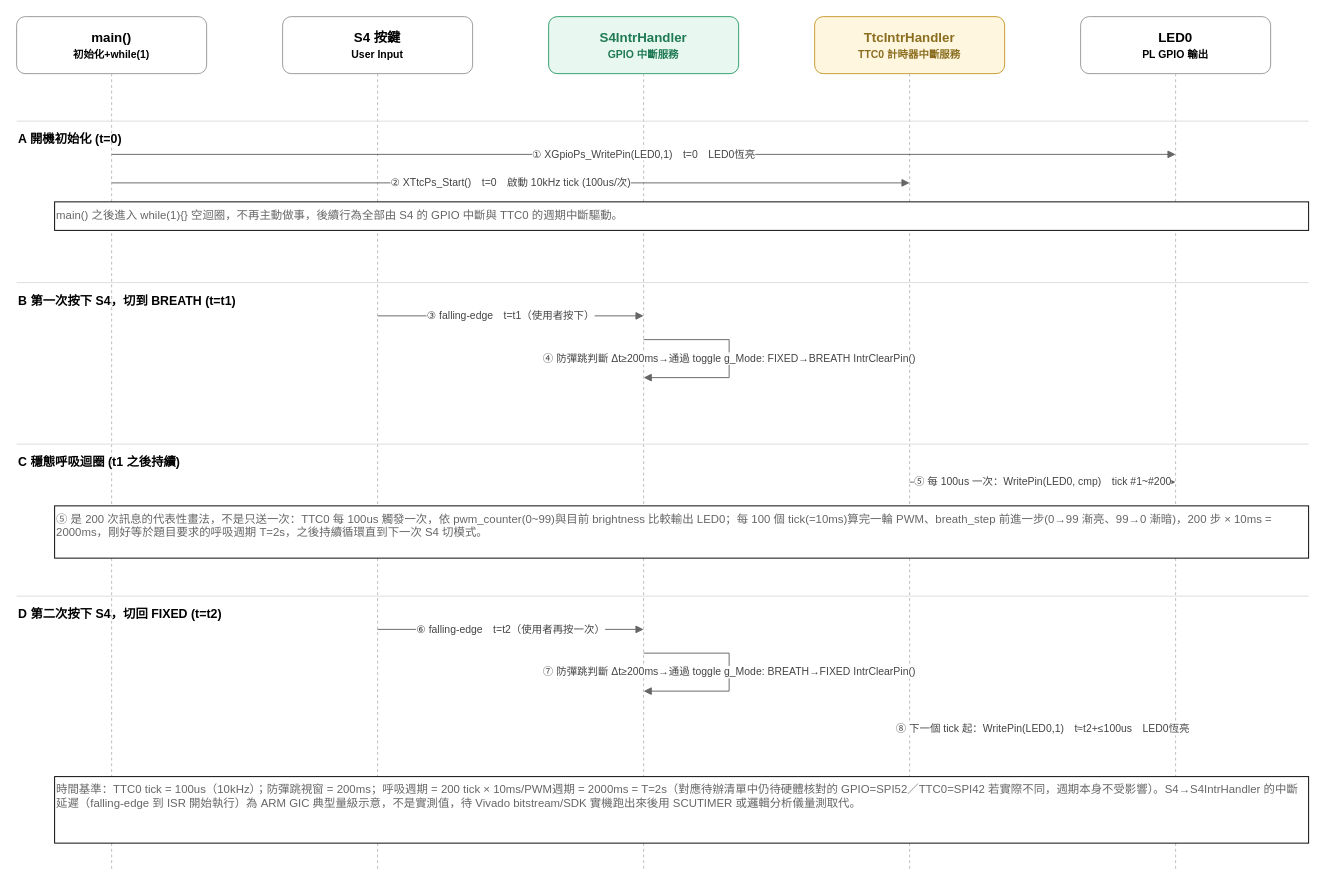
The draw.io diagram HW2/Upload/msc_timespec.drawio in shj-F115112128/SOC_Practice, before the edit. Source tidied: cells renumbered, new cells numbered last; positions are measured from the earlier drawing's top-left corner, leaving out a move shared by most shapes. Both pictures are drawn from the tidied source at 95%, with x=0, y=0 at pixel (16, 16).
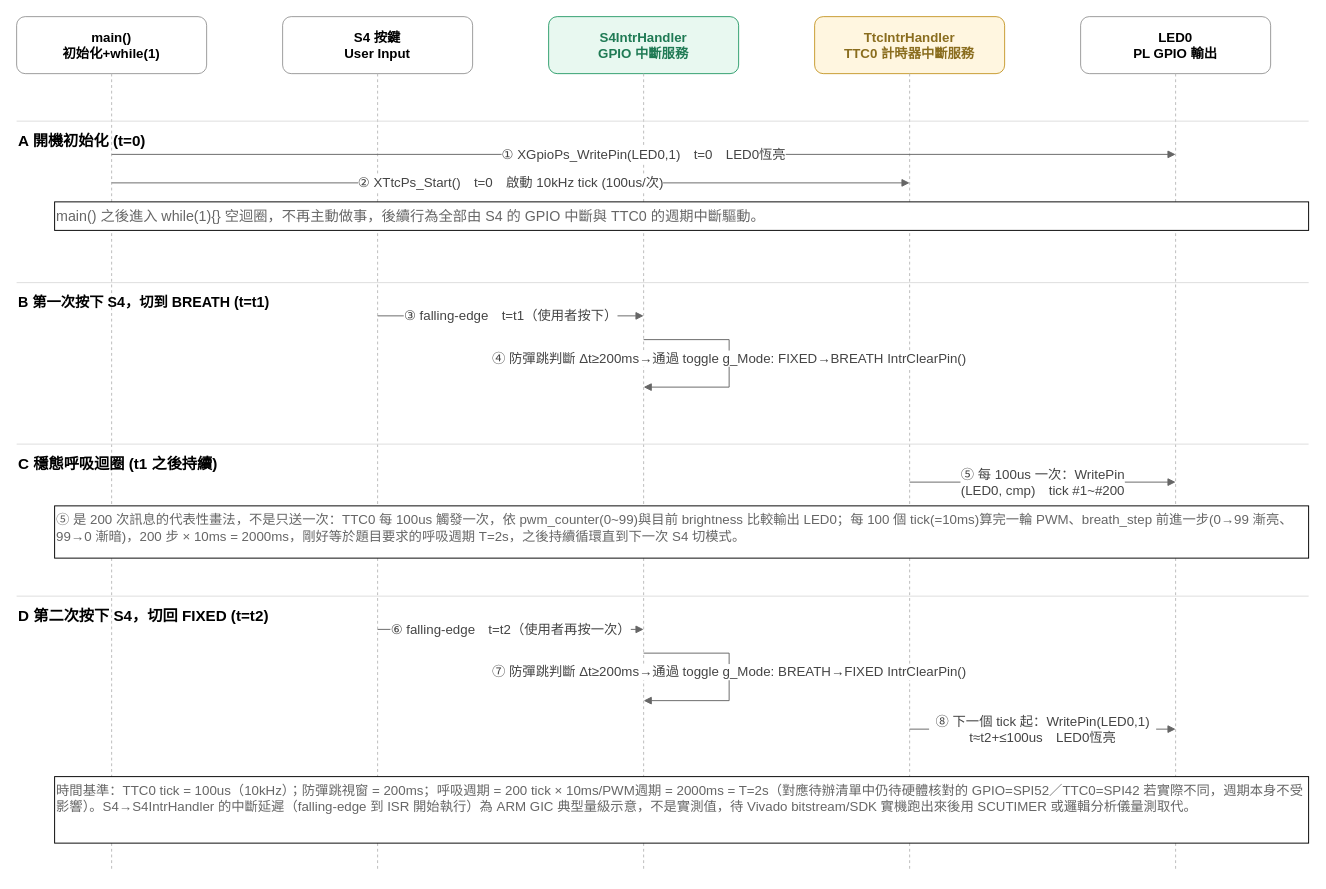
After the change.

Commit message (it also covers changes not shown here):
Sync HW2 MSC(timespec) PNG after manual draw.io edit

No content change, just the editor's own re-serialization plus a
refreshed PNG export to match.

The edit, as a diff of the source:
```diff
@@
-    <mxCell id="2" value="main()&#10;&lt;font style=&quot;font-size:11px&quot;&gt;初始化+while(1)&lt;/font&gt;" style="rounded=1;whiteSpace=wrap;html=1;fillColor=#FFFFFF;strokeColor=#999999;fontSize=14;fontStyle=1;" parent="1" vertex="1">
+    <mxCell id="2" value="&lt;font&gt;main()&lt;br&gt;&lt;font style=&quot;&quot;&gt;初始化+while(1)&lt;/font&gt;&lt;/font&gt;" style="rounded=1;whiteSpace=wrap;html=1;fillColor=#FFFFFF;strokeColor=#999999;fontSize=14;fontStyle=1;" parent="1" vertex="1">
       <mxGeometry width="200" height="60" as="geometry" />
     </mxCell>
@@
-    <mxCell id="4" value="S4 按鍵&#10;&lt;font style=&quot;font-size:11px&quot;&gt;User Input&lt;/font&gt;" style="rounded=1;whiteSpace=wrap;html=1;fillColor=#FFFFFF;strokeColor=#999999;fontSize=14;fontStyle=1;" parent="1" vertex="1">
+    <mxCell id="4" value="&lt;font&gt;S4 按鍵&lt;br&gt;&lt;font style=&quot;&quot;&gt;User Input&lt;/font&gt;&lt;/font&gt;" style="rounded=1;whiteSpace=wrap;html=1;fillColor=#FFFFFF;strokeColor=#999999;fontSize=14;fontStyle=1;" parent="1" vertex="1">
       <mxGeometry x="280" width="200" height="60" as="geometry" />
     </mxCell>
@@
-    <mxCell id="6" value="S4IntrHandler&#10;&lt;font style=&quot;font-size:11px&quot;&gt;GPIO 中斷服務&lt;/font&gt;" style="rounded=1;whiteSpace=wrap;html=1;fillColor=#E8F8F0;strokeColor=#2E9E6C;fontSize=14;fontStyle=1;fontColor=#1F7A54;" parent="1" vertex="1">
+    <mxCell id="6" value="&lt;font&gt;S4IntrHandler&lt;br&gt;&lt;font style=&quot;&quot;&gt;GPIO 中斷服務&lt;/font&gt;&lt;/font&gt;" style="rounded=1;whiteSpace=wrap;html=1;fillColor=#E8F8F0;strokeColor=#2E9E6C;fontSize=14;fontStyle=1;fontColor=#1F7A54;" parent="1" vertex="1">
       <mxGeometry x="560" width="200" height="60" as="geometry" />
     </mxCell>
@@
-    <mxCell id="8" value="TtcIntrHandler&#10;&lt;font style=&quot;font-size:11px&quot;&gt;TTC0 計時器中斷服務&lt;/font&gt;" style="rounded=1;whiteSpace=wrap;html=1;fillColor=#FFF6E0;strokeColor=#C79A2E;fontSize=14;fontStyle=1;fontColor=#8A6D1E;" parent="1" vertex="1">
+    <mxCell id="8" value="&lt;font&gt;TtcIntrHandler&lt;br&gt;&lt;font style=&quot;&quot;&gt;TTC0 計時器中斷服務&lt;/font&gt;&lt;/font&gt;" style="rounded=1;whiteSpace=wrap;html=1;fillColor=#FFF6E0;strokeColor=#C79A2E;fontSize=14;fontStyle=1;fontColor=#8A6D1E;" parent="1" vertex="1">
       <mxGeometry x="840" width="200" height="60" as="geometry" />
     </mxCell>
@@
-    <mxCell id="10" value="LED0&#10;&lt;font style=&quot;font-size:11px&quot;&gt;PL GPIO 輸出&lt;/font&gt;" style="rounded=1;whiteSpace=wrap;html=1;fillColor=#FFFFFF;strokeColor=#999999;fontSize=14;fontStyle=1;" parent="1" vertex="1">
+    <mxCell id="10" value="&lt;font&gt;LED0&lt;br&gt;&lt;font style=&quot;&quot;&gt;PL GPIO 輸出&lt;/font&gt;&lt;/font&gt;" style="rounded=1;whiteSpace=wrap;html=1;fillColor=#FFFFFF;strokeColor=#999999;fontSize=14;fontStyle=1;" parent="1" vertex="1">
       <mxGeometry x="1120" width="200" height="60" as="geometry" />
     </mxCell>
@@
-    <mxCell id="13" value="A 開機初始化 (t=0)" style="text;html=1;fontStyle=1;fontSize=13;align=left;" parent="1" vertex="1">
+    <mxCell id="13" value="&lt;font style=&quot;font-size: 16px;&quot;&gt;A 開機初始化 (t=0)&lt;/font&gt;" style="text;html=1;fontStyle=1;fontSize=13;align=left;" parent="1" vertex="1">
       <mxGeometry y="115" width="320" height="40" as="geometry" />
     </mxCell>
-    <mxCell id="14" value="① XGpioPs_WritePin(LED0,1)　t=0　LED0恆亮" style="html=1;endArrow=block;strokeColor=#666666;fontSize=11;fontColor=#444444;labelBackgroundColor=#ffffff;" parent="1" edge="1">
+    <mxCell id="14" value="&lt;font style=&quot;font-size: 14px;&quot;&gt;① XGpioPs_WritePin(LED0,1)　t=0　LED0恆亮&lt;/font&gt;" style="html=1;endArrow=block;strokeColor=#666666;fontSize=11;fontColor=#444444;labelBackgroundColor=#ffffff;" parent="1" edge="1">
       <mxGeometry relative="1" as="geometry">
         <mxPoint x="100" y="145" as="sourcePoint" />
         <mxPoint x="1220" y="145" as="targetPoint" />
       </mxGeometry>
     </mxCell>
-    <mxCell id="15" value="② XTtcPs_Start()　t=0　啟動 10kHz tick (100us/次)" style="html=1;endArrow=block;strokeColor=#666666;fontSize=11;fontColor=#444444;labelBackgroundColor=#ffffff;" parent="1" edge="1">
+    <mxCell id="15" value="&lt;font style=&quot;font-size: 14px;&quot;&gt;② XTtcPs_Start()　t=0　啟動 10kHz tick (100us/次)&lt;/font&gt;" style="html=1;endArrow=block;strokeColor=#666666;fontSize=11;fontColor=#444444;labelBackgroundColor=#ffffff;" parent="1" edge="1">
       <mxGeometry relative="1" as="geometry">
         <mxPoint x="100" y="175" as="sourcePoint" />
         <mxPoint x="940" y="175" as="targetPoint" />
       </mxGeometry>
     </mxCell>
-    <mxCell id="16" value="main() 之後進入 while(1){} 空迴圈，不再主動做事，後續行為全部由 S4 的 GPIO 中斷與 TTC0 的週期中斷驅動。" style="whiteSpace=wrap;html=1;align=left;verticalAlign=top;fontSize=12;fontColor=#666666;" parent="1" vertex="1">
+    <mxCell id="16" value="&lt;font style=&quot;font-size: 15px;&quot;&gt;main() 之後進入 while(1){} 空迴圈，不再主動做事，後續行為全部由 S4 的 GPIO 中斷與 TTC0 的週期中斷驅動。&lt;/font&gt;" style="whiteSpace=wrap;html=1;align=left;verticalAlign=top;fontSize=12;fontColor=#666666;" parent="1" vertex="1">
       <mxGeometry x="40" y="195" width="1320" height="30" as="geometry" />
     </mxCell>
@@
-    <mxCell id="18" value="B 第一次按下 S4，切到 BREATH (t=t1)" style="text;html=1;fontStyle=1;fontSize=13;align=left;" parent="1" vertex="1">
+    <mxCell id="18" value="&lt;font style=&quot;font-size: 15px;&quot;&gt;B 第一次按下 S4，切到 BREATH (t=t1)&lt;/font&gt;" style="text;html=1;fontStyle=1;fontSize=13;align=left;" parent="1" vertex="1">
       <mxGeometry y="285" width="320" height="40" as="geometry" />
     </mxCell>
-    <mxCell id="19" value="③ falling-edge　t=t1（使用者按下）" style="html=1;endArrow=block;strokeColor=#666666;fontSize=11;fontColor=#444444;labelBackgroundColor=#ffffff;" parent="1" edge="1">
+    <mxCell id="19" value="&lt;font style=&quot;font-size: 14px;&quot;&gt;③ falling-edge　t=t1（使用者按下）&lt;/font&gt;" style="html=1;endArrow=block;strokeColor=#666666;fontSize=11;fontColor=#444444;labelBackgroundColor=#ffffff;" parent="1" edge="1">
       <mxGeometry relative="1" as="geometry">
         <mxPoint x="380" y="315" as="sourcePoint" />
         <mxPoint x="660" y="315" as="targetPoint" />
       </mxGeometry>
     </mxCell>
-    <mxCell id="20" value="④ 防彈跳判斷 Δt≥200ms→通過 toggle g_Mode: FIXED→BREATH IntrClearPin()" style="html=1;endArrow=block;strokeColor=#666666;fontSize=11;fontColor=#444444;labelBackgroundColor=#ffffff;rounded=0;curved=0;" parent="1" edge="1">
-      <mxGeometry relative="1" as="geometry">
+    <mxCell id="20" value="&lt;font style=&quot;font-size: 14px;&quot;&gt;④ 防彈跳判斷 Δt≥200ms→通過 toggle g_Mode: FIXED→BREATH IntrClearPin()&lt;/font&gt;" style="html=1;endArrow=block;strokeColor=#666666;fontSize=11;fontColor=#444444;labelBackgroundColor=#ffffff;rounded=0;curved=0;" parent="1" edge="1">
+      <mxGeometry x="-0.04" relative="1" as="geometry">
         <mxPoint x="660" y="340" as="sourcePoint" />
-        <mxPoint x="660" y="380" as="targetPoint" />
+        <mxPoint x="660" y="390" as="targetPoint" />
         <Array as="points">
           <mxPoint x="750" y="340" />
-          <mxPoint x="750" y="380" />
+          <mxPoint x="750" y="390" />
         </Array>
       </mxGeometry>
     </mxCell>
@@
-    <mxCell id="22" value="C 穩態呼吸迴圈 (t1 之後持續)" style="text;html=1;fontStyle=1;fontSize=13;align=left;" parent="1" vertex="1">
+    <mxCell id="22" value="&lt;font style=&quot;font-size: 16px;&quot;&gt;C 穩態呼吸迴圈 (t1 之後持續)&lt;/font&gt;" style="text;html=1;fontStyle=1;fontSize=13;align=left;" parent="1" vertex="1">
       <mxGeometry y="455" width="320" height="40" as="geometry" />
     </mxCell>
-    <mxCell id="23" value="⑤ 每 100us 一次：WritePin(LED0, cmp)　tick #1~#200" style="html=1;endArrow=block;strokeColor=#666666;fontSize=11;fontColor=#444444;labelBackgroundColor=#ffffff;" parent="1" edge="1">
+    <mxCell id="23" value="&lt;font style=&quot;font-size: 14px;&quot;&gt;⑤ 每 100us 一次：WritePin&lt;/font&gt;&lt;div&gt;&lt;font style=&quot;font-size: 14px;&quot;&gt;(LED0, cmp)　&lt;/font&gt;&lt;span style=&quot;font-size: 14px; background-color: light-dark(rgb(255, 255, 255), rgb(18, 18, 18)); color: light-dark(rgb(68, 68, 68), rgb(179, 179, 179));&quot;&gt;tick #1~#200&lt;/span&gt;&lt;/div&gt;" style="html=1;endArrow=block;strokeColor=#666666;fontSize=11;fontColor=#444444;labelBackgroundColor=#ffffff;" parent="1" edge="1">
       <mxGeometry relative="1" as="geometry">
         <mxPoint x="940" y="490" as="sourcePoint" />
         <mxPoint x="1220" y="490" as="targetPoint" />
       </mxGeometry>
     </mxCell>
-    <mxCell id="24" value="⑤ 是 200 次訊息的代表性畫法，不是只送一次：TTC0 每 100us 觸發一次，依 pwm_counter(0~99)與目前 brightness 比較輸出 LED0；每 100 個 tick(=10ms)算完一輪 PWM、breath_step 前進一步(0→99 漸亮、99→0 漸暗)，200 步 × 10ms = 2000ms，剛好等於題目要求的呼吸週期 T=2s，之後持續循環直到下一次 S4 切模式。" style="whiteSpace=wrap;html=1;align=left;verticalAlign=top;fontSize=12;fontColor=#666666;" parent="1" vertex="1">
+    <mxCell id="24" value="&lt;font style=&quot;font-size: 14px;&quot;&gt;⑤ 是 200 次訊息的代表性畫法，不是只送一次：TTC0 每 100us 觸發一次，依 pwm_counter(0~99)與目前 brightness 比較輸出 LED0；每 100 個 tick(=10ms)算完一輪 PWM、breath_step 前進一步(0→99 漸亮、99→0 漸暗)，200 步 × 10ms = 2000ms，剛好等於題目要求的呼吸週期 T=2s，之後持續循環直到下一次 S4 切模式。&lt;/font&gt;" style="whiteSpace=wrap;html=1;align=left;verticalAlign=top;fontSize=12;fontColor=#666666;" parent="1" vertex="1">
       <mxGeometry x="40" y="515" width="1320" height="55" as="geometry" />
     </mxCell>
@@
-    <mxCell id="26" value="D 第二次按下 S4，切回 FIXED (t=t2)" style="text;html=1;fontStyle=1;fontSize=13;align=left;" parent="1" vertex="1">
+    <mxCell id="26" value="&lt;font style=&quot;font-size: 16px;&quot;&gt;D 第二次按下 S4，切回 FIXED (t=t2)&lt;/font&gt;" style="text;html=1;fontStyle=1;fontSize=13;align=left;" parent="1" vertex="1">
       <mxGeometry y="615" width="320" height="40" as="geometry" />
     </mxCell>
-    <mxCell id="27" value="⑥ falling-edge　t=t2（使用者再按一次）" style="html=1;endArrow=block;strokeColor=#666666;fontSize=11;fontColor=#444444;labelBackgroundColor=#ffffff;" parent="1" edge="1">
+    <mxCell id="27" value="&lt;font style=&quot;font-size: 14px;&quot;&gt;⑥ falling-edge　t=t2（使用者再按一次）&lt;/font&gt;" style="html=1;endArrow=block;strokeColor=#666666;fontSize=11;fontColor=#444444;labelBackgroundColor=#ffffff;" parent="1" edge="1">
       <mxGeometry relative="1" as="geometry">
         <mxPoint x="380" y="645" as="sourcePoint" />
         <mxPoint x="660" y="645" as="targetPoint" />
       </mxGeometry>
     </mxCell>
-    <mxCell id="28" value="⑦ 防彈跳判斷 Δt≥200ms→通過 toggle g_Mode: BREATH→FIXED IntrClearPin()" style="html=1;endArrow=block;strokeColor=#666666;fontSize=11;fontColor=#444444;labelBackgroundColor=#ffffff;rounded=0;curved=0;" parent="1" edge="1">
-      <mxGeometry relative="1" as="geometry">
+    <mxCell id="28" value="&lt;font style=&quot;font-size: 14px;&quot;&gt;⑦ 防彈跳判斷 Δt≥200ms→通過 toggle g_Mode: BREATH→FIXED IntrClearPin()&lt;/font&gt;" style="html=1;endArrow=block;strokeColor=#666666;fontSize=11;fontColor=#444444;labelBackgroundColor=#ffffff;rounded=0;curved=0;" parent="1" edge="1">
+      <mxGeometry x="-0.04" relative="1" as="geometry">
         <mxPoint x="660" y="670" as="sourcePoint" />
-        <mxPoint x="660" y="710" as="targetPoint" />
+        <mxPoint x="660" y="720" as="targetPoint" />
         <Array as="points">
           <mxPoint x="750" y="670" />
-          <mxPoint x="750" y="710" />
+          <mxPoint x="750" y="720" />
         </Array>
       </mxGeometry>
     </mxCell>
-    <mxCell id="29" value="⑧ 下一個 tick 起：WritePin(LED0,1)　t≈t2+≤100us　LED0恆亮" style="html=1;endArrow=block;strokeColor=#666666;fontSize=11;fontColor=#444444;labelBackgroundColor=#ffffff;" parent="1" edge="1">
+    <mxCell id="29" value="&lt;font style=&quot;font-size: 14px;&quot;&gt;⑧ 下一個 tick 起：WritePin(LED0,1)　&lt;/font&gt;&lt;div&gt;&lt;font style=&quot;font-size: 14px;&quot;&gt;t≈t2+≤100us　LED0恆亮&lt;/font&gt;&lt;/div&gt;" style="html=1;endArrow=block;strokeColor=#666666;fontSize=11;fontColor=#444444;labelBackgroundColor=#ffffff;" parent="1" edge="1">
       <mxGeometry relative="1" as="geometry">
         <mxPoint x="940" y="750" as="sourcePoint" />
         <mxPoint x="1220" y="750" as="targetPoint" />
       </mxGeometry>
     </mxCell>
-    <mxCell id="30" value="時間基準：TTC0 tick = 100us（10kHz）；防彈跳視窗 = 200ms；呼吸週期 = 200 tick × 10ms/PWM週期 = 2000ms = T=2s（對應待辦清單中仍待硬體核對的 GPIO=SPI52／TTC0=SPI42 若實際不同，週期本身不受影響）。S4→S4IntrHandler 的中斷延遲（falling-edge 到 ISR 開始執行）為 ARM GIC 典型量級示意，不是實測值，待 Vivado bitstream/SDK 實機跑出來後用 SCUTIMER 或邏輯分析儀量測取代。" style="whiteSpace=wrap;html=1;align=left;verticalAlign=top;fontSize=12;fontColor=#666666;" parent="1" vertex="1">
+    <mxCell id="30" value="&lt;font style=&quot;font-size: 14px;&quot;&gt;時間基準：TTC0 tick = 100us（10kHz）；防彈跳視窗 = 200ms；呼吸週期 = 200 tick × 10ms/PWM週期 = 2000ms = T=2s（對應待辦清單中仍待硬體核對的 GPIO=SPI52／TTC0=SPI42 若實際不同，週期本身不受影響）。S4→S4IntrHandler 的中斷延遲（falling-edge 到 ISR 開始執行）為 ARM GIC 典型量級示意，不是實測值，待 Vivado bitstream/SDK 實機跑出來後用 SCUTIMER 或邏輯分析儀量測取代。&lt;/font&gt;" style="whiteSpace=wrap;html=1;align=left;verticalAlign=top;fontSize=12;fontColor=#666666;" parent="1" vertex="1">
       <mxGeometry x="40" y="800" width="1320" height="70" as="geometry" />
     </mxCell>
```
